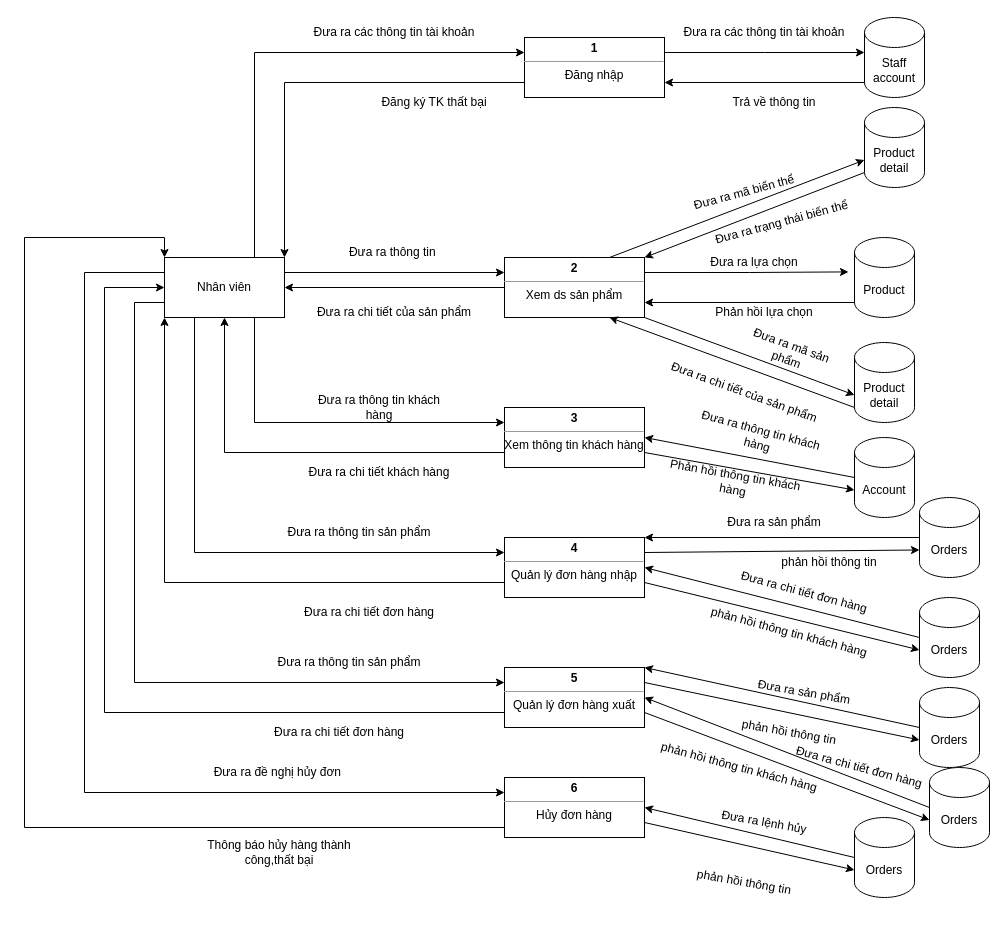
Earlier version of the draw.io diagram page "DFD Nhân viên" (12 of 15) of Diagram for assign.drawio (khanh8603/khanh8603). Source tidied: cells renumbered, new cells numbered last; positions are measured from the earlier drawing's top-left corner, leaving out a move shared by most shapes. Both pictures are drawn from the tidied source at 100%, with x=0, y=0 at pixel (24, 17).
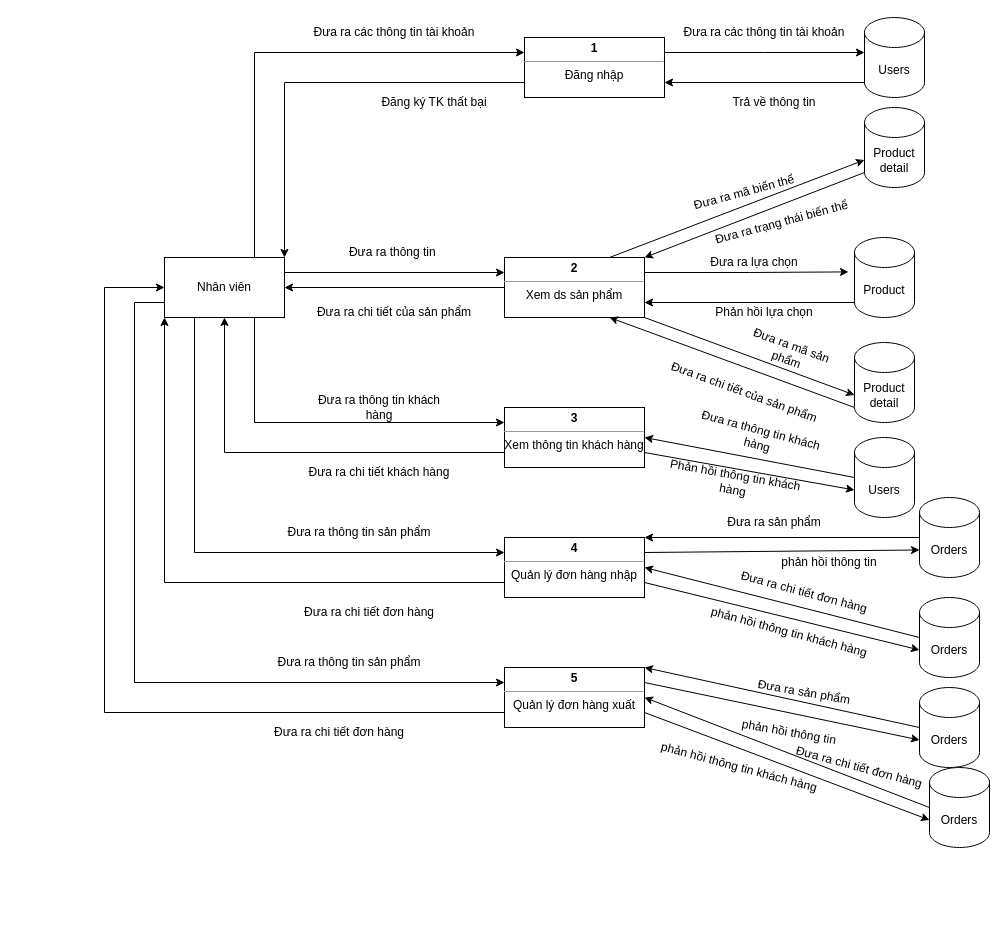
After the change.

The change refers to these unchanged cells:
```xml
<mxCell id="7" value="Nhân viên" style="rounded=0;whiteSpace=wrap;html=1;" parent="1" vertex="1">
  <mxGeometry x="140" y="240" width="120" height="60" as="geometry" />
</mxCell>
```

The edit, as a diff of the source:
```diff
@@
-    <mxCell id="6" style="edgeStyle=orthogonalEdgeStyle;rounded=0;jettySize=auto;html=1;exitX=0;exitY=0.25;exitDx=0;exitDy=0;entryX=0;entryY=0.25;entryDx=0;entryDy=0;" parent="1" edge="1" source="7" target="56">
-      <mxGeometry relative="1" as="geometry">
-        <Array as="points">
-          <mxPoint x="60" y="255" />
-          <mxPoint x="60" y="775" />
-        </Array>
-      </mxGeometry>
-    </mxCell>
@@
-    <mxCell id="8" value="Staff&lt;br&gt;account" style="shape=cylinder3;whiteSpace=wrap;html=1;boundedLbl=1;backgroundOutline=1;size=15;strokeWidth=1;" parent="1" vertex="1">
+    <mxCell id="8" value="Users" style="shape=cylinder3;whiteSpace=wrap;html=1;boundedLbl=1;backgroundOutline=1;size=15;strokeWidth=1;" parent="1" vertex="1">
       <mxGeometry x="840" width="60" height="80" as="geometry" />
     </mxCell>
@@
-    <mxCell id="34" value="Account" style="shape=cylinder3;whiteSpace=wrap;html=1;boundedLbl=1;backgroundOutline=1;size=15;" parent="1" vertex="1">
+    <mxCell id="34" value="Users" style="shape=cylinder3;whiteSpace=wrap;html=1;boundedLbl=1;backgroundOutline=1;size=15;" parent="1" vertex="1">
       <mxGeometry x="830" y="420" width="60" height="80" as="geometry" />
     </mxCell>
@@
-    <mxCell id="55" style="edgeStyle=orthogonalEdgeStyle;rounded=0;jettySize=auto;html=1;exitX=0;exitY=0.75;exitDx=0;exitDy=0;entryX=0;entryY=0;entryDx=0;entryDy=0;" parent="1" edge="1" source="56" target="7">
-      <mxGeometry relative="1" as="geometry">
-        <Array as="points">
-          <mxPoint x="480" y="810" />
-          <mxPoint y="810" />
-          <mxPoint y="220" />
-          <mxPoint x="140" y="220" />
-        </Array>
-      </mxGeometry>
-    </mxCell>
-    <mxCell id="56" value="&lt;p style=&quot;margin:0px;margin-top:4px;text-align:center;&quot;&gt;&lt;b&gt;6&lt;/b&gt;&lt;/p&gt;&lt;hr size=&quot;1&quot;&gt;&lt;div style=&quot;text-align: center; height: 2px;&quot;&gt;Hủy đơn hàng&lt;/div&gt;" style="verticalAlign=top;align=left;overflow=fill;fontSize=12;fontFamily=Helvetica;html=1;whiteSpace=wrap;" parent="1" vertex="1">
-      <mxGeometry x="480" y="760" width="140" height="60" as="geometry" />
-    </mxCell>
-    <mxCell id="57" style="rounded=0;jettySize=auto;html=1;exitX=0;exitY=0.5;exitDx=0;exitDy=0;exitPerimeter=0;entryX=1;entryY=0.5;entryDx=0;entryDy=0;" parent="1" edge="1" source="58" target="56">
-      <mxGeometry relative="1" as="geometry" />
-    </mxCell>
-    <mxCell id="58" value="Orders" style="shape=cylinder3;whiteSpace=wrap;html=1;boundedLbl=1;backgroundOutline=1;size=15;" parent="1" vertex="1">
-      <mxGeometry x="830" y="800" width="60" height="80" as="geometry" />
-    </mxCell>
-    <mxCell id="59" style="rounded=0;jettySize=auto;html=1;exitX=1;exitY=0.75;exitDx=0;exitDy=0;entryX=0;entryY=0;entryDx=0;entryDy=52.5;entryPerimeter=0;" parent="1" edge="1" source="56" target="58">
-      <mxGeometry relative="1" as="geometry" />
-    </mxCell>
-    <mxCell id="60" value="Đưa ra lệnh hủy" style="text;html=1;strokeColor=none;fillColor=none;align=center;verticalAlign=middle;whiteSpace=wrap;rounded=0;rotation=10;" parent="1" vertex="1">
-      <mxGeometry x="665" y="790" width="150" height="30" as="geometry" />
-    </mxCell>
-    <mxCell id="61" value="phản hồi thông tin" style="text;html=1;strokeColor=none;fillColor=none;align=center;verticalAlign=middle;whiteSpace=wrap;rounded=0;rotation=10;" parent="1" vertex="1">
-      <mxGeometry x="645" y="850" width="150" height="30" as="geometry" />
-    </mxCell>
-    <mxCell id="62" value="Đưa ra đề nghị hủy đơn&amp;nbsp;" style="text;html=1;strokeColor=none;fillColor=none;align=center;verticalAlign=middle;whiteSpace=wrap;rounded=0;" parent="1" vertex="1">
-      <mxGeometry x="180" y="740" width="150" height="30" as="geometry" />
-    </mxCell>
-    <mxCell id="63" value="Thông báo hủy hàng thành công,thất bại" style="text;html=1;strokeColor=none;fillColor=none;align=center;verticalAlign=middle;whiteSpace=wrap;rounded=0;" parent="1" vertex="1">
-      <mxGeometry x="180" y="820" width="150" height="30" as="geometry" />
-    </mxCell>
```
